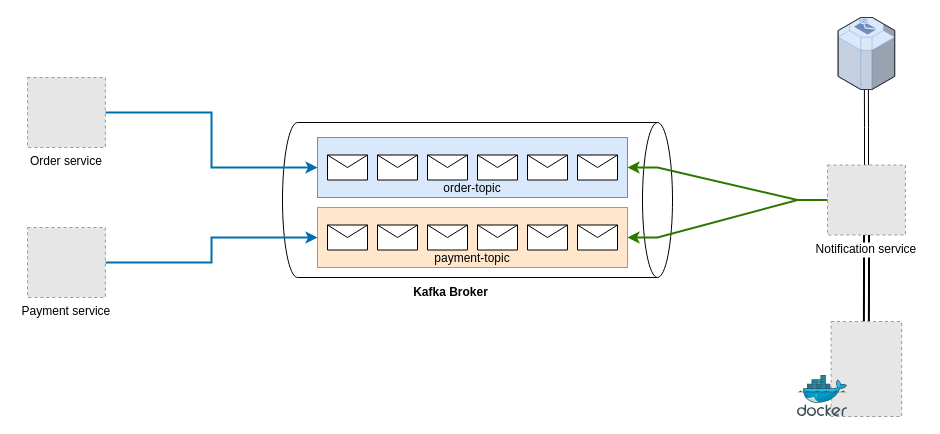
Earlier version of the draw.io diagram page "async-communication" (4 of 6) of images/microservices.drawio (ngaridennis33/E-Commerce-Micro-services). Source tidied: cells renumbered, new cells numbered last; positions are measured from the earlier drawing's top-left corner, leaving out a move shared by most shapes. Both pictures are drawn from the tidied source at 100%, with x=0, y=0 at pixel (27, 5). Pictures stored in the file or linked from it are replaced by grey dashed boxes.
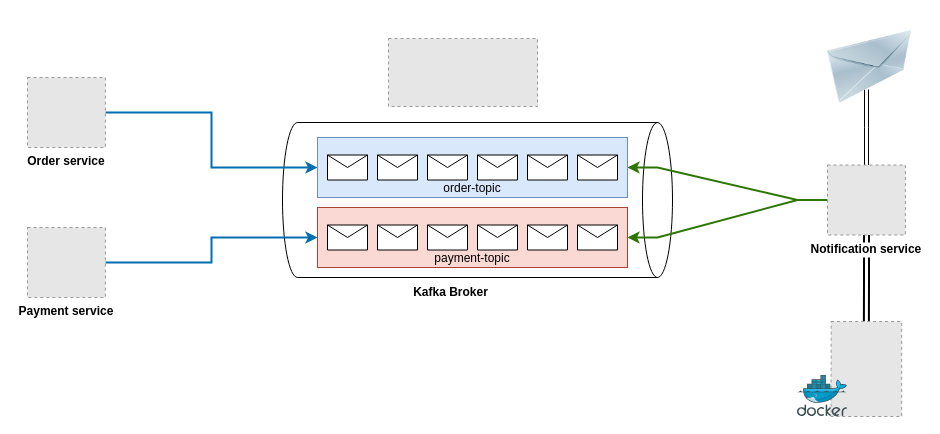
Above is the later version.

Commit message (it also covers changes not shown here):
fix: Add architecture design images

What changed in the source:
```diff
@@
-    <mxCell id="4" value="Order service" style="fillColor=#E6E6E6;strokeColor=#999999;dashed=1;verticalLabelPosition=bottom;labelBackgroundColor=default;verticalAlign=top;" parent="1" vertex="1">
+    <mxCell id="4" value="Order service" style="fillColor=#E6E6E6;strokeColor=#999999;dashed=1;verticalLabelPosition=bottom;labelBackgroundColor=default;verticalAlign=top;fontStyle=1;" parent="1" vertex="1">
       <mxGeometry y="72" width="77.9" height="70" as="geometry" />
     </mxCell>
@@
-    <mxCell id="6" value="Payment service" style="fillColor=#E6E6E6;strokeColor=#999999;dashed=1;verticalLabelPosition=bottom;labelBackgroundColor=default;verticalAlign=top;" parent="1" vertex="1">
+    <mxCell id="6" value="Payment service" style="fillColor=#E6E6E6;strokeColor=#999999;dashed=1;verticalLabelPosition=bottom;labelBackgroundColor=default;verticalAlign=top;fontStyle=1;" parent="1" vertex="1">
       <mxGeometry y="222" width="77.9" height="70" as="geometry" />
     </mxCell>
@@
-    <mxCell id="10" style="edgeStyle=orthogonalEdgeStyle;rounded=0;jettySize=auto;html=1;shape=link;" parent="1" edge="1" source="11" target="31">
-      <mxGeometry relative="1" as="geometry" />
+    <mxCell id="10" style="edgeStyle=orthogonalEdgeStyle;rounded=0;jettySize=auto;html=1;shape=link;" parent="1" edge="1" source="11">
+      <mxGeometry relative="1" as="geometry">
+        <mxPoint x="839" y="84" as="targetPoint" />
+      </mxGeometry>
     </mxCell>
-    <mxCell id="11" value="Notification service" style="fillColor=#E6E6E6;strokeColor=#999999;dashed=1;verticalLabelPosition=bottom;labelBackgroundColor=default;verticalAlign=top;" parent="1" vertex="1">
+    <mxCell id="11" value="Notification service" style="fillColor=#E6E6E6;strokeColor=#999999;dashed=1;verticalLabelPosition=bottom;labelBackgroundColor=default;verticalAlign=top;fontStyle=1;" parent="1" vertex="1">
       <mxGeometry x="800" y="159.5" width="77.9" height="70" as="geometry" />
     </mxCell>
@@
-    <mxCell id="13" value="payment-topic" style="rounded=0;whiteSpace=wrap;html=1;fillColor=#ffe6cc;strokeColor=#d79b00;verticalAlign=bottom;" parent="1" vertex="1">
+    <mxCell id="13" value="payment-topic" style="rounded=0;whiteSpace=wrap;html=1;fillColor=#fad9d5;strokeColor=#ae4132;verticalAlign=bottom;" parent="1" vertex="1">
       <mxGeometry x="290" y="202" width="310" height="60" as="geometry" />
     </mxCell>
@@
-    <mxCell id="31" style="verticalLabelPosition=bottom;html=1;verticalAlign=top;strokeWidth=1;align=center;outlineConnect=0;dashed=0;outlineConnect=0;shape=mxgraph.aws3d.email_service;fillColor=#dae8fc;strokeColor=#6c8ebf;" parent="1" vertex="1">
-      <mxGeometry x="810.6" y="12" width="56.6" height="72" as="geometry" />
-    </mxCell>
+    <mxCell id="32" style="fillColor=#E6E6E6;strokeColor=#999999;dashed=1;verticalLabelPosition=bottom;labelBackgroundColor=default;verticalAlign=top;" parent="1" vertex="1">
+      <mxGeometry x="361" y="33" width="149" height="68" as="geometry" />
+    </mxCell>
+    <mxCell id="33" style="image;html=1;image=img/lib/clip_art/networking/Email_128x128.png;sketch=0;fontSize=15;fillColor=none;" parent="1" vertex="1">
+      <mxGeometry x="799" y="25" width="87" height="73" as="geometry" />
+    </mxCell>
```
